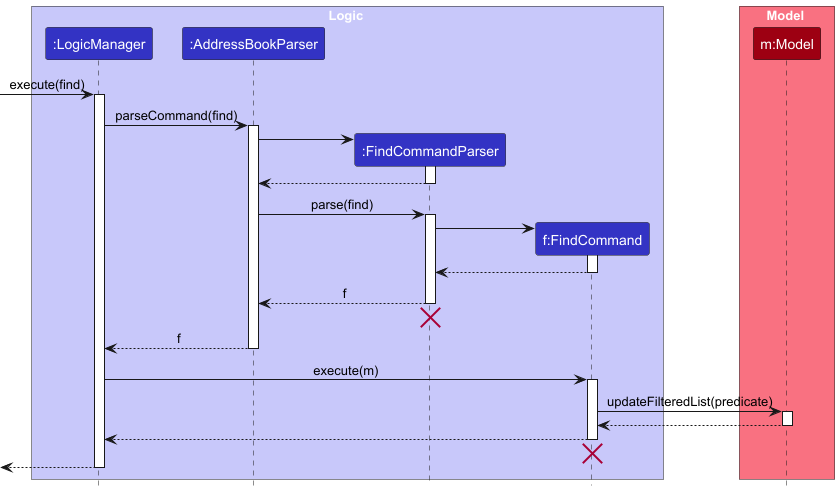
nus-cs2103-AY2425S1/tp keeps this PlantUML diagram as docs/images/FindSequenceDiagram-Logic.png. Above is the earlier version.
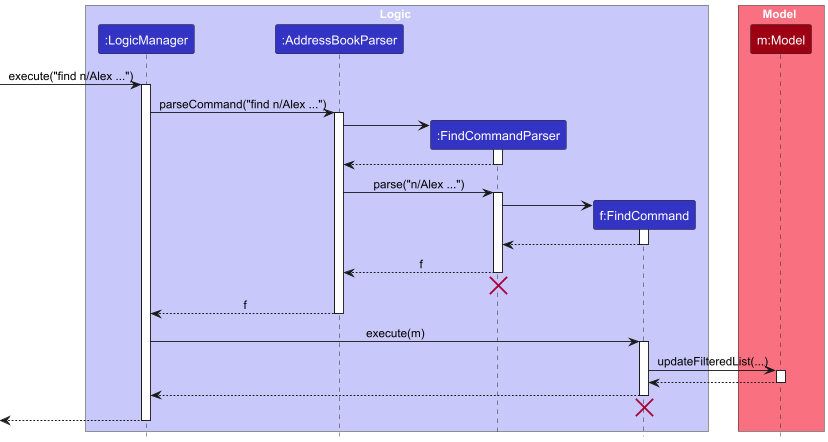
Later version of the same file.

The edit, as a diff of the source:
```diff
@@ -12,10 +12,10 @@
 box Model MODEL_COLOR_T1
 participant "m:Model" as Model MODEL_COLOR
 end box
-[-> LogicManager : execute(find)
+[-> LogicManager : execute("find n/Alex ...")
 activate LogicManager
 
-LogicManager -> AddressBookParser : parseCommand(find)
+LogicManager -> AddressBookParser : parseCommand("find n/Alex ...")
 activate AddressBookParser
 
 create FindCommandParser
@@ -25,7 +25,7 @@
 FindCommandParser --> AddressBookParser
 deactivate FindCommandParser
 
-AddressBookParser -> FindCommandParser : parse(find)
+AddressBookParser -> FindCommandParser : parse("n/Alex ...")
 activate FindCommandParser
 
 create FindCommand
@@ -46,7 +46,7 @@
 LogicManager -> FindCommand : execute(m)
 activate FindCommand
 
-FindCommand -> Model : updateFilteredList(predicate)
+FindCommand -> Model : updateFilteredList(...)
 activate Model
 
 Model --> FindCommand
```
